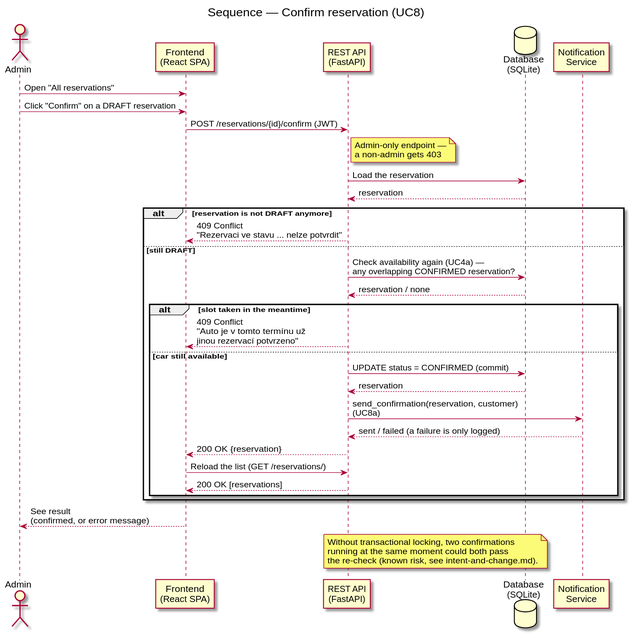
This is docs/diagrams/sequence-confirm-reservation.svg from DavidMagyarics/CarRentalVSB, a PlantUML export, as it was before one commit.
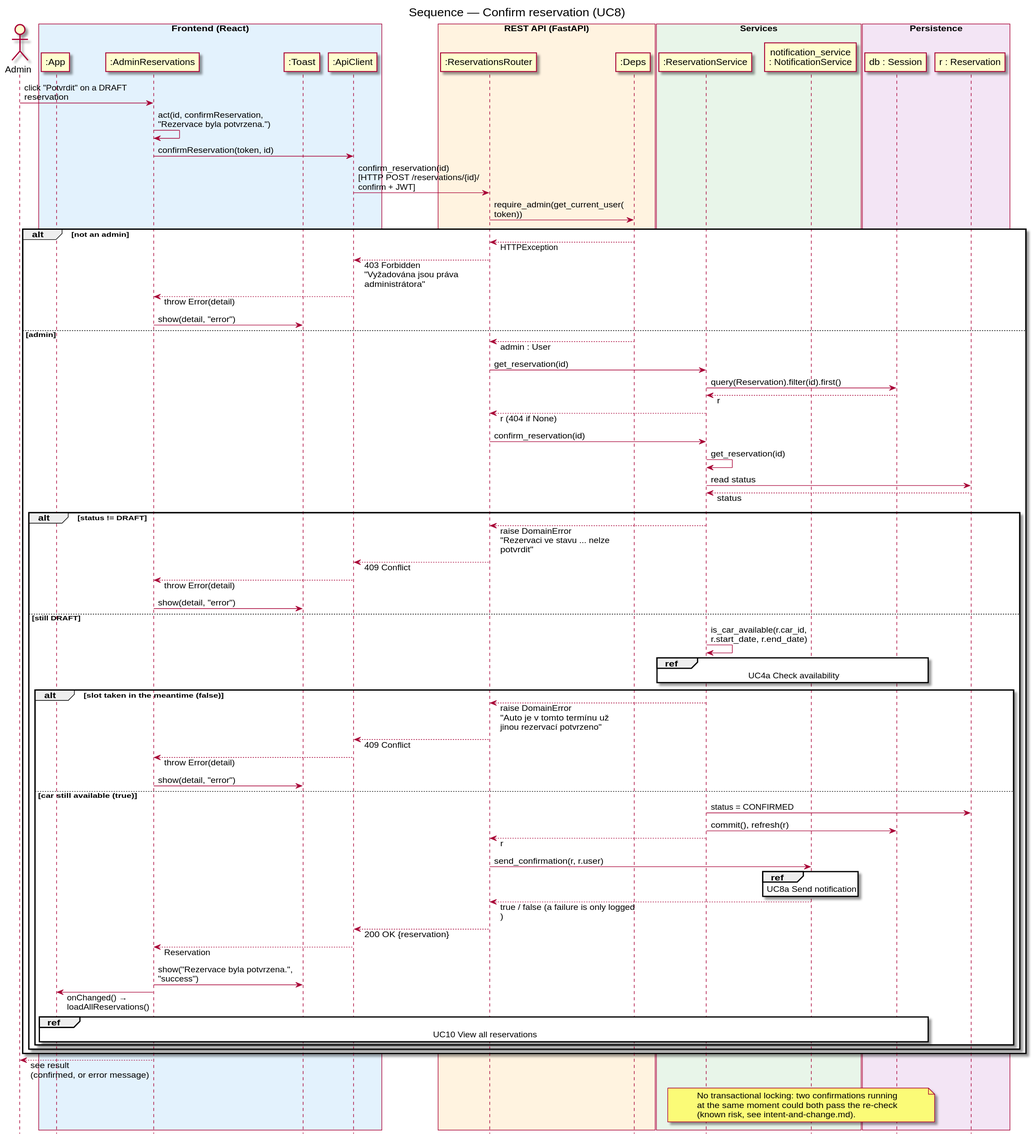
The same file after the commit.

Change to the diagram source:
```diff
@@ -1,46 +1,86 @@
 @startuml sequence-confirm-reservation
 skinparam backgroundColor white
+skinparam responseMessageBelowArrow true
+skinparam maxMessageSize 220
+hide footbox
 title Sequence — Confirm reservation (UC8)
 
 actor Admin
-participant "Frontend\n(React SPA)" as FE
-participant "REST API\n(FastAPI)" as API
-database "Database\n(SQLite)" as DB
-participant "Notification\nService" as NS
+box "Frontend (React)" #E3F2FD
+  participant ":App" as App
+  participant ":AdminReservations" as AdminRes
+  participant ":Toast" as Toast
+  participant ":ApiClient" as ApiClient
+end box
+box "REST API (FastAPI)" #FFF3E0
+  participant ":ReservationsRouter" as ResRouter
+  participant ":Deps" as Deps
+end box
+box "Services" #E8F5E9
+  participant ":ReservationService" as ResService
+  participant "notification_service\n: NotificationService" as NS
+end box
+box "Persistence" #F3E5F5
+  participant "db : Session" as DB
+  participant "r : Reservation" as R
+end box
 
-Admin -> FE: Open "All reservations"
-Admin -> FE: Click "Confirm" on a DRAFT reservation
-FE -> API: POST /reservations/{id}/confirm (JWT)
-note right of API
-  Admin-only endpoint —
-  a non-admin gets 403
-end note
-API -> DB: Load the reservation
-DB --> API: reservation
+Admin -> AdminRes : click "Potvrdit" on a DRAFT reservation
+AdminRes -> AdminRes : act(id, confirmReservation,\n"Rezervace byla potvrzena.")
+AdminRes -> ApiClient : confirmReservation(token, id)
+ApiClient -> ResRouter : confirm_reservation(id)\n[HTTP POST /reservations/{id}/confirm + JWT]
+ResRouter -> Deps : require_admin(get_current_user(token))
 
-alt reservation is not DRAFT anymore
-  API --> FE: 409 Conflict\n"Rezervaci ve stavu ... nelze potvrdit"
-else still DRAFT
-  API -> DB: Check availability again (UC4a) —\nany overlapping CONFIRMED reservation?
-  DB --> API: reservation / none
-  alt slot taken in the meantime
-    API --> FE: 409 Conflict\n"Auto je v tomto termínu už\njinou rezervací potvrzeno"
-  else car still available
-    API -> DB: UPDATE status = CONFIRMED (commit)
-    DB --> API: reservation
-    API -> NS: send_confirmation(reservation, customer)\n(UC8a)
-    NS --> API: sent / failed (a failure is only logged)
-    API --> FE: 200 OK {reservation}
-    FE -> API: Reload the list (GET /reservations/)
-    API --> FE: 200 OK [reservations]
+alt not an admin
+  Deps --> ResRouter : HTTPException
+  ResRouter --> ApiClient : 403 Forbidden\n"Vyžadována jsou práva administrátora"
+  ApiClient --> AdminRes : throw Error(detail)
+  AdminRes -> Toast : show(detail, "error")
+else admin
+  Deps --> ResRouter : admin : User
+  ResRouter -> ResService : get_reservation(id)
+  ResService -> DB : query(Reservation).filter(id).first()
+  DB --> ResService : r
+  ResService --> ResRouter : r (404 if None)
+  ResRouter -> ResService : confirm_reservation(id)
+  ResService -> ResService : get_reservation(id)
+  ResService -> R : read status
+  R --> ResService : status
+
+  alt status != DRAFT
+    ResService --> ResRouter : raise DomainError\n"Rezervaci ve stavu ... nelze potvrdit"
+    ResRouter --> ApiClient : 409 Conflict
+    ApiClient --> AdminRes : throw Error(detail)
+    AdminRes -> Toast : show(detail, "error")
+  else still DRAFT
+    ResService -> ResService : is_car_available(r.car_id,\nr.start_date, r.end_date)
+    ref over ResService, DB : UC4a Check availability
+    alt slot taken in the meantime (false)
+      ResService --> ResRouter : raise DomainError\n"Auto je v tomto termínu už\njinou rezervací potvrzeno"
+      ResRouter --> ApiClient : 409 Conflict
+      ApiClient --> AdminRes : throw Error(detail)
+      AdminRes -> Toast : show(detail, "error")
+    else car still available (true)
+      ResService -> R : status = CONFIRMED
+      ResService -> DB : commit(), refresh(r)
+      ResService --> ResRouter : r
+      ResRouter -> NS : send_confirmation(r, r.user)
+      ref over NS : UC8a Send notification
+      NS --> ResRouter : true / false (a failure is only logged)
+      ResRouter --> ApiClient : 200 OK {reservation}
+      ApiClient --> AdminRes : Reservation
+      AdminRes -> Toast : show("Rezervace byla potvrzena.", "success")
+      AdminRes -> App : onChanged() → loadAllReservations()
+      ref over App, DB : UC10 View all reservations
+    end
   end
 end
 
-FE --> Admin: See result\n(confirmed, or error message)
+AdminRes --> Admin : see result\n(confirmed, or error message)
 
-note over API, DB
-  Without transactional locking, two confirmations
-  running at the same moment could both pass
-  the re-check (known risk, see intent-and-change.md).
+note over ResService, DB
+  No transactional locking: two confirmations running
+  at the same moment could both pass the re-check
+  (known risk, see intent-and-change.md).
 end note
 @enduml
```
